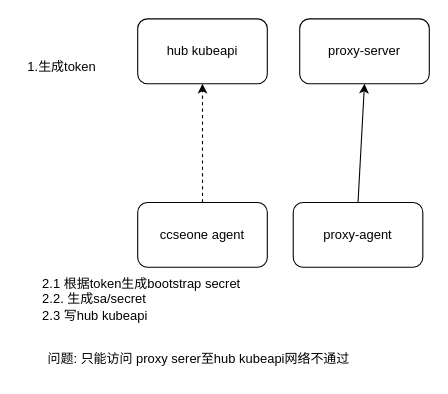
This is page "第 2 页" (2 of 2) of drawio/ccseone迭代-架构.drawio from Tiny-VS-Lina/ccse, a draw.io file, before an edit. Source tidied: cells renumbered, new cells numbered last; positions are measured from the earlier drawing's top-left corner, leaving out a move shared by most shapes. Both pictures are drawn from the tidied source at 108%, with x=0, y=0 at pixel (18, 18).
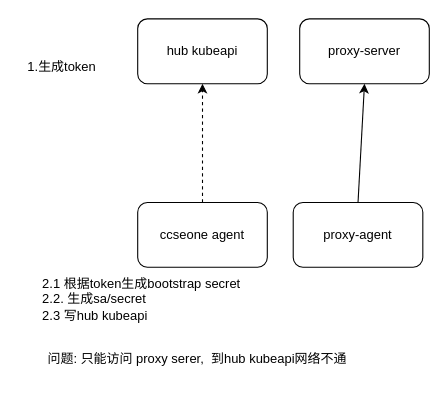
The same diagram, later.

Commit message:
更新ccseone迭代-架构.drawio

What changed in the source:
```diff
@@
 <mxGraphModel>
   <root>
     <mxCell id="0" />
     <mxCell id="1" parent="0" />
     <mxCell id="2" value="ccseone agent" style="rounded=1;whiteSpace=wrap;html=1;" parent="1" vertex="1">
       <mxGeometry x="110" y="170" width="120" height="60" as="geometry" />
     </mxCell>
     <mxCell id="3" value="hub kubeapi" style="rounded=1;whiteSpace=wrap;html=1;" parent="1" vertex="1">
       <mxGeometry x="110" width="120" height="60" as="geometry" />
     </mxCell>
     <mxCell id="4" value="proxy-agent" style="rounded=1;whiteSpace=wrap;html=1;" parent="1" vertex="1">
       <mxGeometry x="254" y="170" width="120" height="60" as="geometry" />
     </mxCell>
     <mxCell id="5" value="proxy-server" style="rounded=1;whiteSpace=wrap;html=1;" parent="1" vertex="1">
       <mxGeometry x="260" width="120" height="60" as="geometry" />
     </mxCell>
     <mxCell id="6" style="endArrow=classic;html=1;rounded=0;entryX=0.5;entryY=1;entryDx=0;entryDy=0;exitX=0.5;exitY=0;exitDx=0;exitDy=0;" parent="1" edge="1" source="4" target="5">
       <mxGeometry relative="1" as="geometry" />
     </mxCell>
     <mxCell id="7" style="endArrow=classic;html=1;rounded=0;entryX=0.5;entryY=1;entryDx=0;entryDy=0;dashed=1;" parent="1" edge="1" source="2" target="3">
       <mxGeometry relative="1" as="geometry" />
     </mxCell>
     <mxCell id="8" value="1.生成token" style="text;html=1;align=center;verticalAlign=middle;whiteSpace=wrap;rounded=0;" parent="1" vertex="1">
       <mxGeometry y="30" width="80" height="30" as="geometry" />
     </mxCell>
     <mxCell id="9" value="2.1 根据token生成bootstrap secret&lt;div&gt;2.2.&amp;nbsp;生成sa/secret&lt;/div&gt;&lt;div&gt;2.3&amp;nbsp;写hub kubeapi&lt;/div&gt;" style="text;html=1;align=left;verticalAlign=middle;whiteSpace=wrap;rounded=0;" parent="1" vertex="1">
       <mxGeometry x="20" y="240" width="210" height="40" as="geometry" />
     </mxCell>
-    <mxCell id="10" value="问题:&amp;nbsp;只能访问 proxy serer至hub kubeapi网络不通过" style="text;html=1;align=left;verticalAlign=middle;whiteSpace=wrap;rounded=0;" parent="1" vertex="1">
+    <mxCell id="10" value="问题:&amp;nbsp;只能访问 proxy serer,&amp;nbsp; 到hub kubeapi网络不通" style="text;html=1;align=left;verticalAlign=middle;whiteSpace=wrap;rounded=0;" parent="1" vertex="1">
       <mxGeometry x="25" y="300" width="290" height="30" as="geometry" />
     </mxCell>
   </root>
 </mxGraphModel>
```
